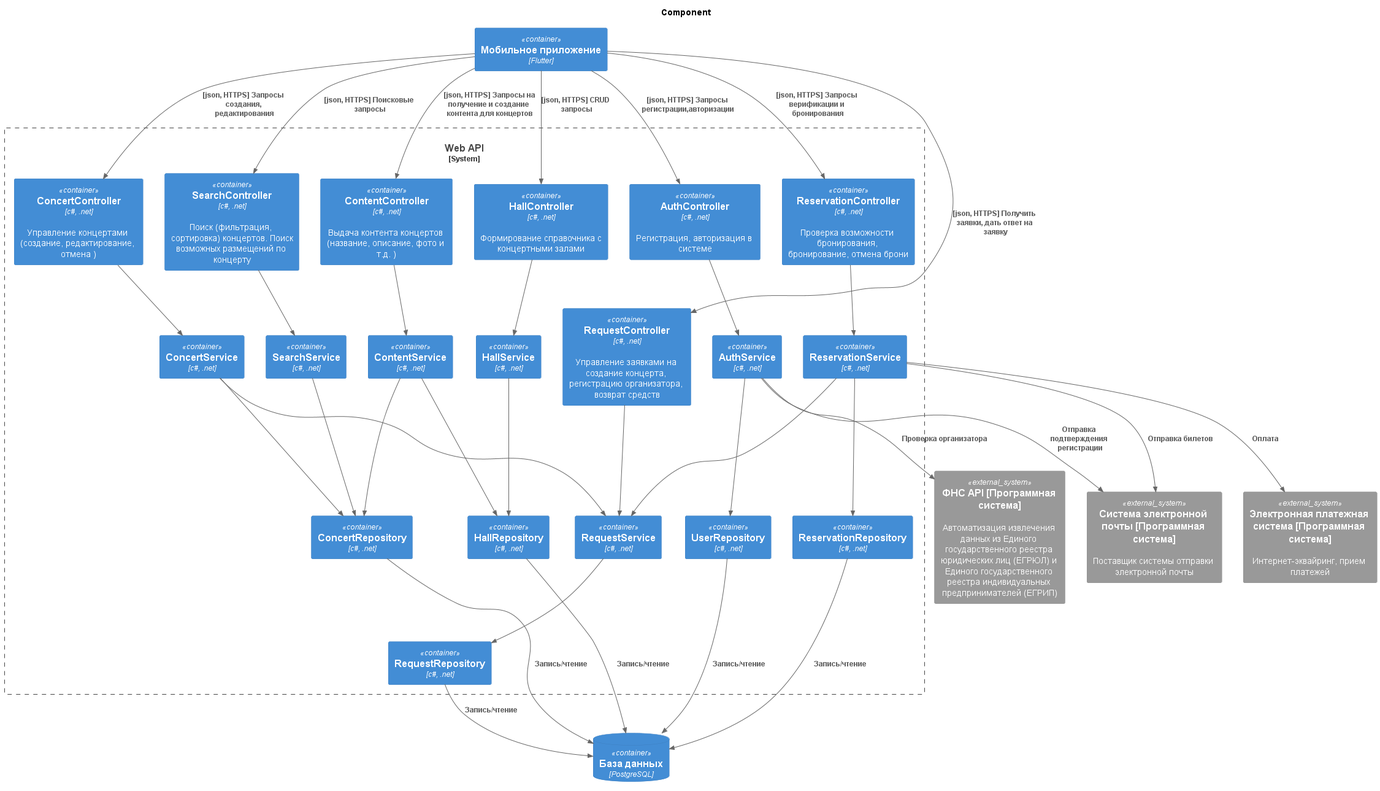
The PlantUML diagram out/C4 components diagram.png in Marillinnka/PPO, before a commit.
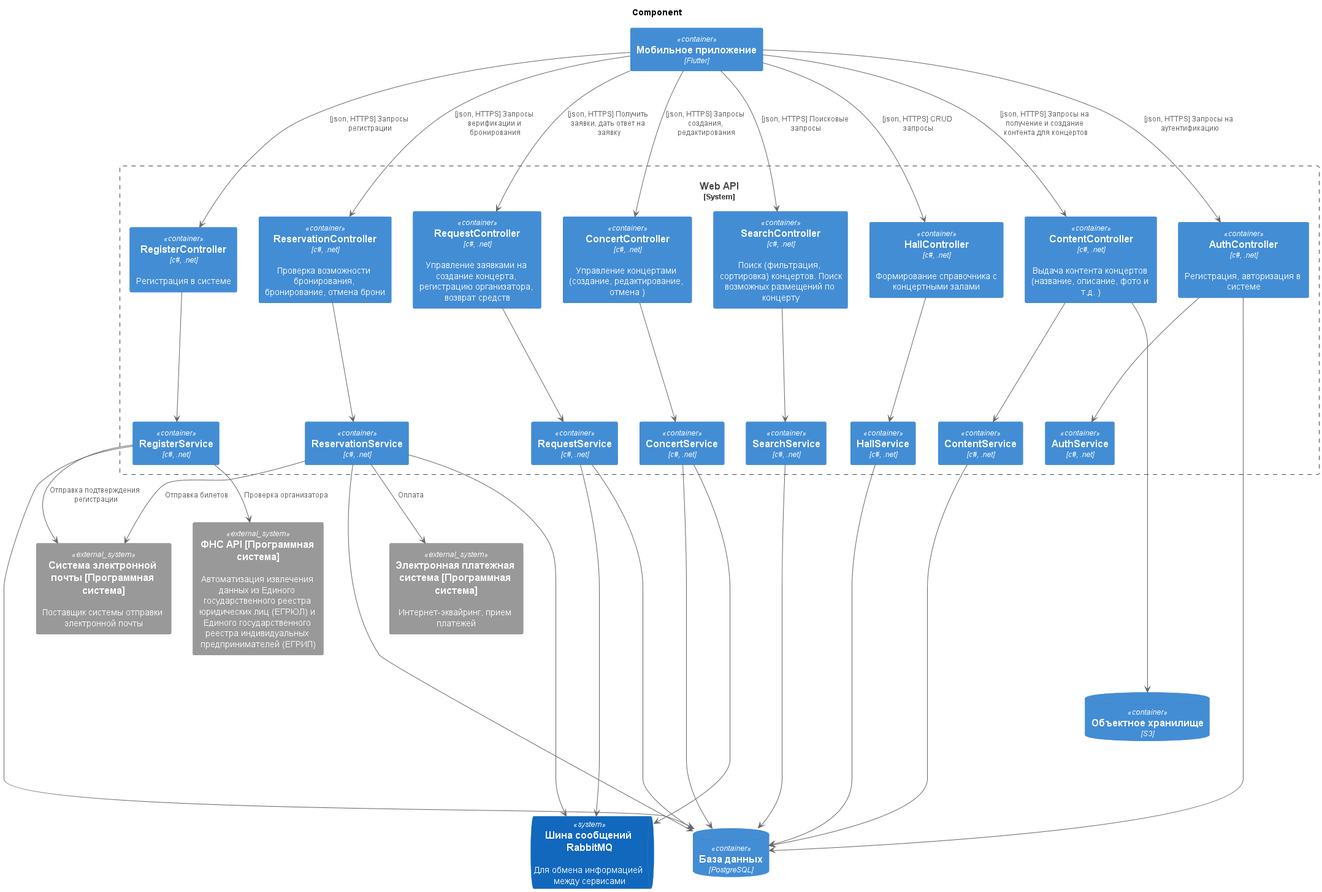
Later version of the same file.

The edit, as a diff of the source:
```diff
@@ -7,7 +7,7 @@
 
 System_Boundary(message_processing_system, "Web API"){
 
-    Container(auth_controller, "AuthController", "c#, .net", "Регистрация, авторизация в системе")
+    Container(register_controller, "RegisterController", "c#, .net", "Регистрация в системе")
 
     Container(reservation_controller, "ReservationController", "c#, .net", "Проверка возможности бронирования, бронирование, отмена брони")
 
@@ -21,9 +21,12 @@
 
     Container(hall_controller, "HallController", "c#, .net", "Формирование справочника с концертными залами")
 
+    Container(auth_controller, "AuthController", "c#, .net", "Регистрация, авторизация в системе")
 
 
-    Container(auth_service, "AuthService", "c#, .net", "")
+
+
+    Container(register_service, "RegisterService", "c#, .net", "")
 
     Container(reservation_service, "ReservationService", "c#, .net", "")
 
@@ -37,21 +40,14 @@
 
     Container(hall_service, "HallService", "c#, .net", "")
 
-
-
-
-    Container(user_repository, "UserRepository", "c#, .net", "")
-
-    Container(reservation_repository, "ReservationRepository", "c#, .net", "")
-
-    Container(request_repository, "RequestRepository", "c#, .net", "")
-
-    Container(concert_repository, "ConcertRepository", "c#, .net", "")
-
-    Container(hall_repository, "HallRepository", "c#, .net", "")
+    Container(auth_service, "AuthService", "c#, .net", "")
 }
 
-ContainerDb(DataBase, "База данных", "PostgreSQL", "")
+ContainerDb(ReadDataBase, "База данных", "PostgreSQL", "")
+
+ContainerDb(SaveDataBase, "Объектное хранилище", "S3", "")
+
+SystemQueue(MessageBus, "Шина сообщений RabbitMQ", "Для обмена информацией между сервисами")
 
 System_Ext(FNS, "ФНС API [Программная система]", "Автоматизация извлечения данных из Единого государственного реестра юридических лиц (ЕГРЮЛ) и Единого государственного реестра индивидуальных предпринимателей (ЕГРИП)")
 
@@ -59,44 +55,49 @@
 
 System_Ext(PaymentSystem, "Электронная платежная система [Программная система]", "Интернет-эквайринг, прием платежей")
 
+mobile_app ---> register_controller : "[json, HTTPS] Запросы регистрации"
 
-Rel(mobile_app, auth_controller, "[json, HTTPS] Запросы регистрации,авторизации")
-Rel(mobile_app, reservation_controller, "[json, HTTPS] Запросы верификации и бронирования")
-Rel(mobile_app, request_controller, "[json, HTTPS] Получить заявки, дать ответ на заявку")
-Rel(mobile_app, concert_controller, "[json, HTTPS] Запросы создания, редактирования")
-Rel(mobile_app, search_controller, "[json, HTTPS] Поисковые запросы")
-Rel(mobile_app, content_controller, "[json, HTTPS] Запросы на получение и создание контента для концертов")
-Rel(mobile_app, hall_controller, "[json, HTTPS] CRUD запросы")
+mobile_app ---> reservation_controller : "[json, HTTPS] Запросы верификации и бронирования"
 
-Rel(auth_controller, auth_service, "")
-Rel(reservation_controller, reservation_service, "")
-Rel(request_controller, request_service, "")
-Rel(concert_controller, concert_service, "")
-Rel(search_controller, search_service, "")
-Rel(content_controller, content_service, "")
-Rel(hall_controller, hall_service, "")
+mobile_app ---> request_controller : "[json, HTTPS] Получить заявки, дать ответ на заявку"
 
-Rel(reservation_service, request_service, "")
-Rel(concert_service, request_service, "")
+mobile_app ---> concert_controller : "[json, HTTPS] Запросы создания, редактирования"
 
-Rel(auth_service, user_repository, "")
-Rel(reservation_service, reservation_repository, "")
-Rel(request_service, request_repository, "")
-Rel(concert_service, concert_repository, "")
-Rel(search_service, concert_repository, "")
-Rel(content_service, concert_repository, "")
-Rel(content_service, hall_repository, "")
-Rel(hall_service, hall_repository, "")
+mobile_app ---> search_controller :"[json, HTTPS] Поисковые запросы"
 
-Rel(user_repository, DataBase, "Запись/чтение")
-Rel(reservation_repository, DataBase, "Запись/чтение")
-Rel(request_repository, DataBase, "Запись/чтение")
-Rel(concert_repository, DataBase, "Запись/чтение")
-Rel(hall_repository, DataBase, "Запись/чтение")
+mobile_app ---> content_controller : "[json, HTTPS] Запросы на получение и создание контента для концертов"
+
+mobile_app ---> hall_controller : "[json, HTTPS] CRUD запросы"
+
+mobile_app ---> auth_controller : "[json, HTTPS] Запросы на аутентификацию"
+
+register_controller ----> register_service
+reservation_controller ----> reservation_service
+request_controller ----> request_service
+concert_controller ----> concert_service
+search_controller ----> search_service
+content_controller ----> content_service
+hall_controller ----> hall_service
+auth_controller ----> auth_service
+
+register_service -----> ReadDataBase
+reservation_service -----> ReadDataBase
+request_service -----> ReadDataBase
+concert_service -----> ReadDataBase
+search_service -----> ReadDataBase
+content_service -----> ReadDataBase
+hall_service -----> ReadDataBase
+auth_controller ----> ReadDataBase
+
+reservation_service -----> MessageBus
+request_service -----> MessageBus
+concert_service -----> MessageBus
+
+content_controller ------> SaveDataBase
 
 
-Rel(auth_service, FNS, "Проверка организатора")
-Rel(auth_service, Email, "Отправка подтверждения регистрации")
-Rel(reservation_service, Email, "Отправка билетов")
-Rel(reservation_service, PaymentSystem, "Оплата")
+register_service --> FNS : "Проверка организатора"
+register_service --> Email : "Отправка подтверждения регистрации"
+reservation_service --> Email : "Отправка билетов"
+reservation_service --> PaymentSystem : "Оплата"
 @enduml
```
